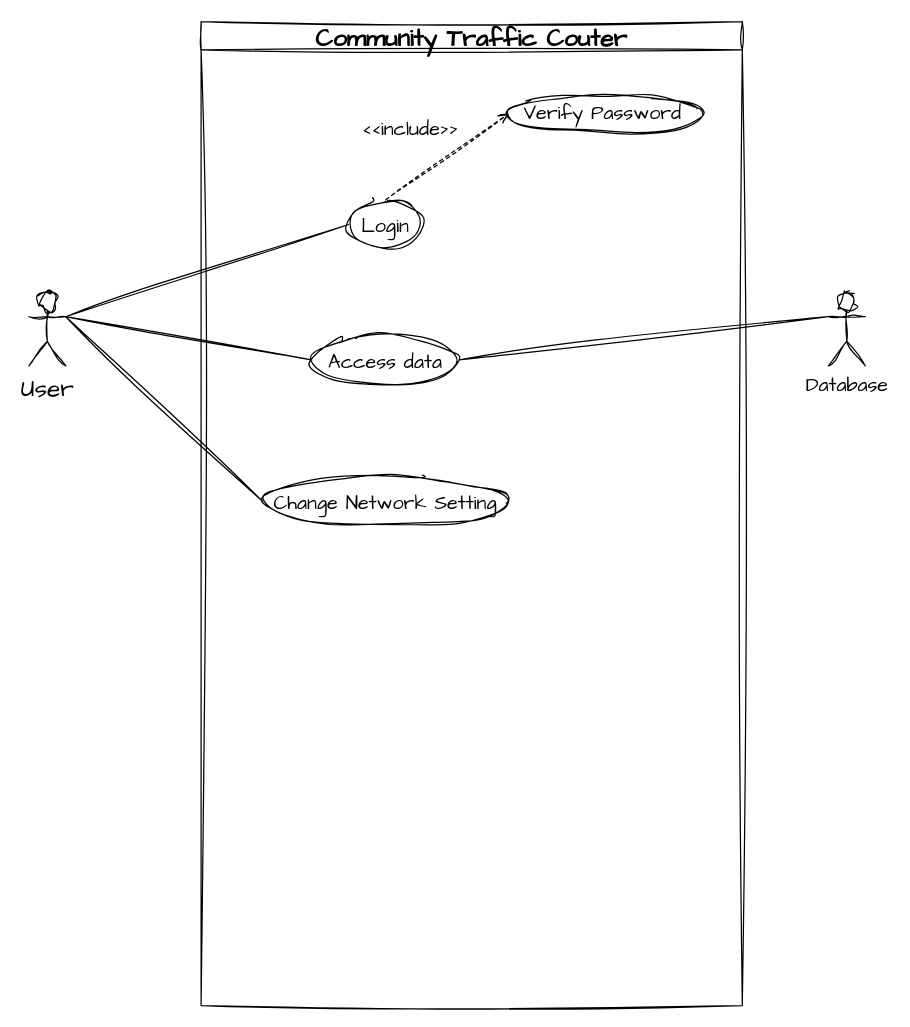
This is use-cases.drawio from Jeff-Barlow-Spady/CSTC, a draw.io file, before an edit. Source tidied: cells renumbered, new cells numbered last; positions are measured from the earlier drawing's top-left corner, leaving out a move shared by most shapes. Both pictures are drawn from the tidied source at 123%, with x=0, y=0 at pixel (28, 21).
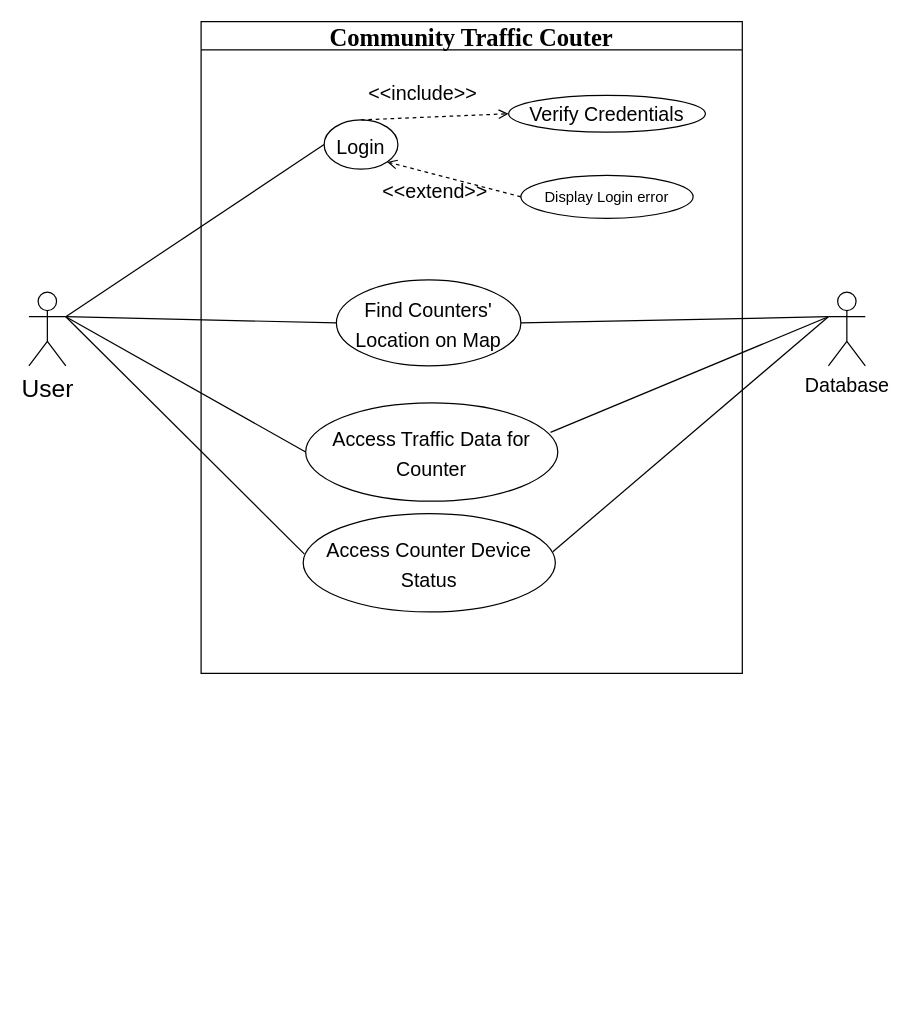
Above is the later version.

The edit, as a diff of the source:
```diff
@@
-    <mxCell id="2" value="User" style="shape=umlActor;verticalLabelPosition=bottom;verticalAlign=top;html=1;sketch=1;hachureGap=4;jiggle=2;curveFitting=1;fontFamily=Architects Daughter;fontSize=20;" parent="1" vertex="1">
+    <mxCell id="2" value="User" style="shape=umlActor;verticalLabelPosition=bottom;verticalAlign=top;html=1;hachureGap=4;fontFamily=Helvetica;fontSize=20;shadow=0;" parent="1" vertex="1">
       <mxGeometry y="220" width="30" height="60" as="geometry" />
     </mxCell>
-    <mxCell id="3" value="Community Traffic Couter" style="swimlane;sketch=1;hachureGap=4;jiggle=2;curveFitting=1;fontFamily=Architects Daughter;fontSize=20;" parent="1" vertex="1">
-      <mxGeometry x="140" width="440" height="800" as="geometry" />
+    <mxCell id="3" value="Community Traffic Couter" style="swimlane;hachureGap=4;fontFamily=Times New Roman;fontSize=20;" parent="1" vertex="1">
+      <mxGeometry x="140" width="440" height="530" as="geometry" />
     </mxCell>
-    <mxCell id="4" value="&lt;font style=&quot;font-size: 16px;&quot;&gt;Login&lt;/font&gt;" style="ellipse;whiteSpace=wrap;html=1;sketch=1;hachureGap=4;jiggle=2;curveFitting=1;fontFamily=Architects Daughter;fontSize=20;" parent="3" vertex="1">
-      <mxGeometry x="120" y="145" width="60" height="40" as="geometry" />
+    <mxCell id="4" value="&lt;font style=&quot;font-size: 16px;&quot;&gt;Login&lt;/font&gt;" style="ellipse;whiteSpace=wrap;html=1;hachureGap=4;fontFamily=Helvetica;fontSize=20;" parent="3" vertex="1">
+      <mxGeometry x="100" y="80" width="60" height="40" as="geometry" />
     </mxCell>
-    <mxCell id="5" value="&lt;font style=&quot;font-size: 16px;&quot;&gt;Access data&lt;/font&gt;" style="ellipse;whiteSpace=wrap;html=1;sketch=1;hachureGap=4;jiggle=2;curveFitting=1;fontFamily=Architects Daughter;fontSize=20;" parent="3" vertex="1">
-      <mxGeometry x="90" y="255" width="120" height="40" as="geometry" />
+    <mxCell id="5" value="&lt;font style=&quot;font-size: 16px;&quot;&gt;Find Counters' Location on Map&lt;/font&gt;" style="ellipse;whiteSpace=wrap;html=1;hachureGap=4;fontFamily=Helvetica;fontSize=20;" parent="3" vertex="1">
+      <mxGeometry x="110" y="210" width="150" height="70" as="geometry" />
     </mxCell>
-    <mxCell id="6" value="&lt;font style=&quot;font-size: 16px;&quot;&gt;Change Network Setting&lt;/font&gt;" style="ellipse;whiteSpace=wrap;html=1;sketch=1;hachureGap=4;jiggle=2;curveFitting=1;fontFamily=Architects Daughter;fontSize=20;" parent="3" vertex="1">
-      <mxGeometry x="50" y="370" width="200" height="40" as="geometry" />
+    <mxCell id="6" value="&lt;font style=&quot;font-size: 16px;&quot;&gt;Access Traffic Data for Counter&lt;/font&gt;" style="ellipse;whiteSpace=wrap;html=1;hachureGap=4;fontFamily=Helvetica;fontSize=20;" parent="3" vertex="1">
+      <mxGeometry x="85" y="310" width="205" height="80" as="geometry" />
     </mxCell>
-    <mxCell id="7" value="&lt;font style=&quot;font-size: 16px;&quot;&gt;Verify Password&amp;nbsp;&lt;/font&gt;" style="ellipse;whiteSpace=wrap;html=1;sketch=1;hachureGap=4;jiggle=2;curveFitting=1;fontFamily=Architects Daughter;fontSize=16;" parent="3" vertex="1">
+    <mxCell id="7" value="&lt;font style=&quot;font-size: 16px;&quot;&gt;Verify Credentials&lt;/font&gt;" style="ellipse;whiteSpace=wrap;html=1;hachureGap=4;fontFamily=Helvetica;fontSize=16;" parent="3" vertex="1">
       <mxGeometry x="250" y="60" width="160" height="30" as="geometry" />
     </mxCell>
-    <mxCell id="8" value="&amp;lt;&amp;lt;include&amp;gt;&amp;gt;" style="edgeStyle=none;html=1;endArrow=open;verticalAlign=bottom;dashed=1;labelBackgroundColor=none;rounded=0;sketch=1;hachureGap=4;jiggle=2;curveFitting=1;fontFamily=Architects Daughter;fontSize=16;entryX=0;entryY=0.5;entryDx=0;entryDy=0;exitX=0.5;exitY=0;exitDx=0;exitDy=0;" parent="3" edge="1" source="4" target="7">
-      <mxGeometry x="-0.31" y="25" relative="1" as="geometry" />
+    <mxCell id="8" value="&amp;lt;&amp;lt;include&amp;gt;&amp;gt;" style="edgeStyle=none;html=1;endArrow=open;verticalAlign=bottom;dashed=1;labelBackgroundColor=none;rounded=0;hachureGap=4;fontFamily=Helvetica;fontSize=16;entryX=0;entryY=0.5;entryDx=0;entryDy=0;exitX=0.5;exitY=0;exitDx=0;exitDy=0;" parent="3" edge="1" source="4" target="7">
+      <mxGeometry x="-0.16" y="8" relative="1" as="geometry" />
     </mxCell>
+    <mxCell id="14" value="Display Login error" style="ellipse;whiteSpace=wrap;html=1;shadow=0;sketch=0;fontFamily=Helvetica;" parent="3" vertex="1">
+      <mxGeometry x="260" y="125" width="140" height="35" as="geometry" />
+    </mxCell>
+    <mxCell id="15" value="&amp;lt;&amp;lt;extend&amp;gt;&amp;gt;" style="edgeStyle=none;html=1;endArrow=open;verticalAlign=bottom;dashed=1;labelBackgroundColor=none;rounded=0;hachureGap=4;fontFamily=Helvetica;fontSize=16;entryX=1;entryY=1;entryDx=0;entryDy=0;exitX=0;exitY=0.5;exitDx=0;exitDy=0;" parent="3" edge="1" source="14" target="4">
+      <mxGeometry x="0.17" y="25" relative="1" as="geometry" />
+    </mxCell>
+    <mxCell id="16" value="&lt;font style=&quot;font-size: 16px;&quot;&gt;Access Counter Device&lt;br&gt;Status&lt;br&gt;&lt;/font&gt;" style="ellipse;whiteSpace=wrap;html=1;hachureGap=4;fontFamily=Helvetica;fontSize=20;" parent="3" vertex="1">
+      <mxGeometry x="83" y="400" width="205" height="80" as="geometry" />
+    </mxCell>
+    <mxCell id="17" style="endArrow=none;html=1;rounded=0;hachureGap=4;fontFamily=Helvetica;fontSize=16;entryX=0.005;entryY=0.413;entryDx=0;entryDy=0;entryPerimeter=0;" parent="3" edge="1" target="16">
+      <mxGeometry relative="1" as="geometry">
+        <mxPoint x="-110" y="240" as="sourcePoint" />
+      </mxGeometry>
+    </mxCell>
-    <mxCell id="9" style="endArrow=none;html=1;rounded=0;sketch=1;hachureGap=4;jiggle=2;curveFitting=1;fontFamily=Architects Daughter;fontSize=16;entryX=0;entryY=0.5;entryDx=0;entryDy=0;exitX=1;exitY=0.3333333333333333;exitDx=0;exitDy=0;exitPerimeter=0;" parent="1" edge="1" source="2" target="4">
+    <mxCell id="9" style="endArrow=none;html=1;rounded=0;hachureGap=4;fontFamily=Helvetica;fontSize=16;entryX=0;entryY=0.5;entryDx=0;entryDy=0;exitX=1;exitY=0.3333333333333333;exitDx=0;exitDy=0;exitPerimeter=0;" parent="1" edge="1" source="2" target="4">
       <mxGeometry relative="1" as="geometry" />
     </mxCell>
-    <mxCell id="10" style="endArrow=none;html=1;rounded=0;sketch=1;hachureGap=4;jiggle=2;curveFitting=1;fontFamily=Architects Daughter;fontSize=16;entryX=0;entryY=0.5;entryDx=0;entryDy=0;exitX=1;exitY=0.3333333333333333;exitDx=0;exitDy=0;exitPerimeter=0;" parent="1" edge="1" source="2" target="5">
+    <mxCell id="10" style="endArrow=none;html=1;rounded=0;hachureGap=4;fontFamily=Helvetica;fontSize=16;entryX=0;entryY=0.5;entryDx=0;entryDy=0;exitX=1;exitY=0.3333333333333333;exitDx=0;exitDy=0;exitPerimeter=0;" parent="1" edge="1" source="2" target="5">
       <mxGeometry relative="1" as="geometry" />
     </mxCell>
-    <mxCell id="11" style="endArrow=none;html=1;rounded=0;sketch=1;hachureGap=4;jiggle=2;curveFitting=1;fontFamily=Architects Daughter;fontSize=16;entryX=0;entryY=0.5;entryDx=0;entryDy=0;exitX=1;exitY=0.3333333333333333;exitDx=0;exitDy=0;exitPerimeter=0;" parent="1" edge="1" source="2" target="6">
+    <mxCell id="11" style="endArrow=none;html=1;rounded=0;hachureGap=4;fontFamily=Helvetica;fontSize=16;entryX=0;entryY=0.5;entryDx=0;entryDy=0;exitX=1;exitY=0.3333333333333333;exitDx=0;exitDy=0;exitPerimeter=0;" parent="1" edge="1" source="2" target="6">
       <mxGeometry relative="1" as="geometry" />
     </mxCell>
-    <mxCell id="12" value="Database" style="shape=umlActor;verticalLabelPosition=bottom;verticalAlign=top;html=1;outlineConnect=0;sketch=1;hachureGap=4;jiggle=2;curveFitting=1;fontFamily=Architects Daughter;fontSize=16;" parent="1" vertex="1">
+    <mxCell id="12" value="Database" style="shape=umlActor;verticalLabelPosition=bottom;verticalAlign=top;html=1;outlineConnect=0;hachureGap=4;fontFamily=Helvetica;fontSize=16;" parent="1" vertex="1">
       <mxGeometry x="650" y="220" width="30" height="60" as="geometry" />
     </mxCell>
-    <mxCell id="13" style="endArrow=none;html=1;rounded=0;sketch=1;hachureGap=4;jiggle=2;curveFitting=1;fontFamily=Architects Daughter;fontSize=16;entryX=0;entryY=0.3333333333333333;entryDx=0;entryDy=0;entryPerimeter=0;exitX=1;exitY=0.5;exitDx=0;exitDy=0;" parent="1" edge="1" source="5" target="12">
+    <mxCell id="13" style="endArrow=none;html=1;rounded=0;hachureGap=4;fontFamily=Helvetica;fontSize=16;entryX=0;entryY=0.3333333333333333;entryDx=0;entryDy=0;entryPerimeter=0;exitX=1;exitY=0.5;exitDx=0;exitDy=0;" parent="1" edge="1" source="5" target="12">
       <mxGeometry relative="1" as="geometry" />
     </mxCell>
+    <mxCell id="18" style="endArrow=none;html=1;rounded=0;sketch=0;fontFamily=Helvetica;exitX=0.971;exitY=0.3;exitDx=0;exitDy=0;exitPerimeter=0;entryX=0;entryY=0.3333333333333333;entryDx=0;entryDy=0;entryPerimeter=0;" parent="1" edge="1" source="6" target="12">
+      <mxGeometry relative="1" as="geometry" />
+    </mxCell>
+    <mxCell id="19" style="endArrow=none;html=1;rounded=0;sketch=0;fontFamily=Helvetica;exitX=0.99;exitY=0.388;exitDx=0;exitDy=0;exitPerimeter=0;" parent="1" edge="1" source="16">
+      <mxGeometry relative="1" as="geometry">
+        <mxPoint x="650" y="240" as="targetPoint" />
+      </mxGeometry>
+    </mxCell>
```
